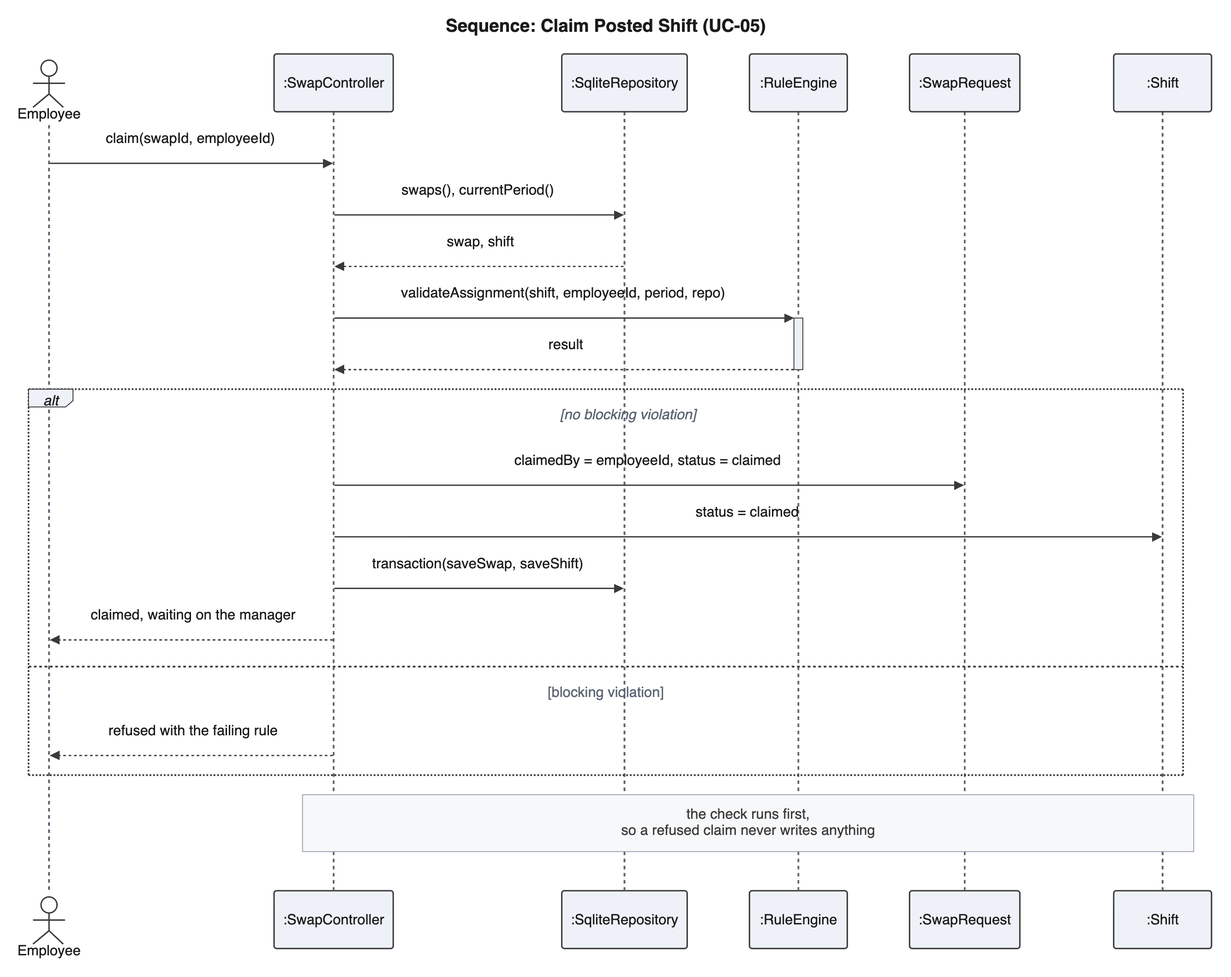
This is diagrams/images/interactions/sd_claim.png from perfettiful/ShiftChex, a Mermaid export, as it was before one commit. Its source is kept beside it as diagrams/mmd/interactions/sd_claim.mmd.
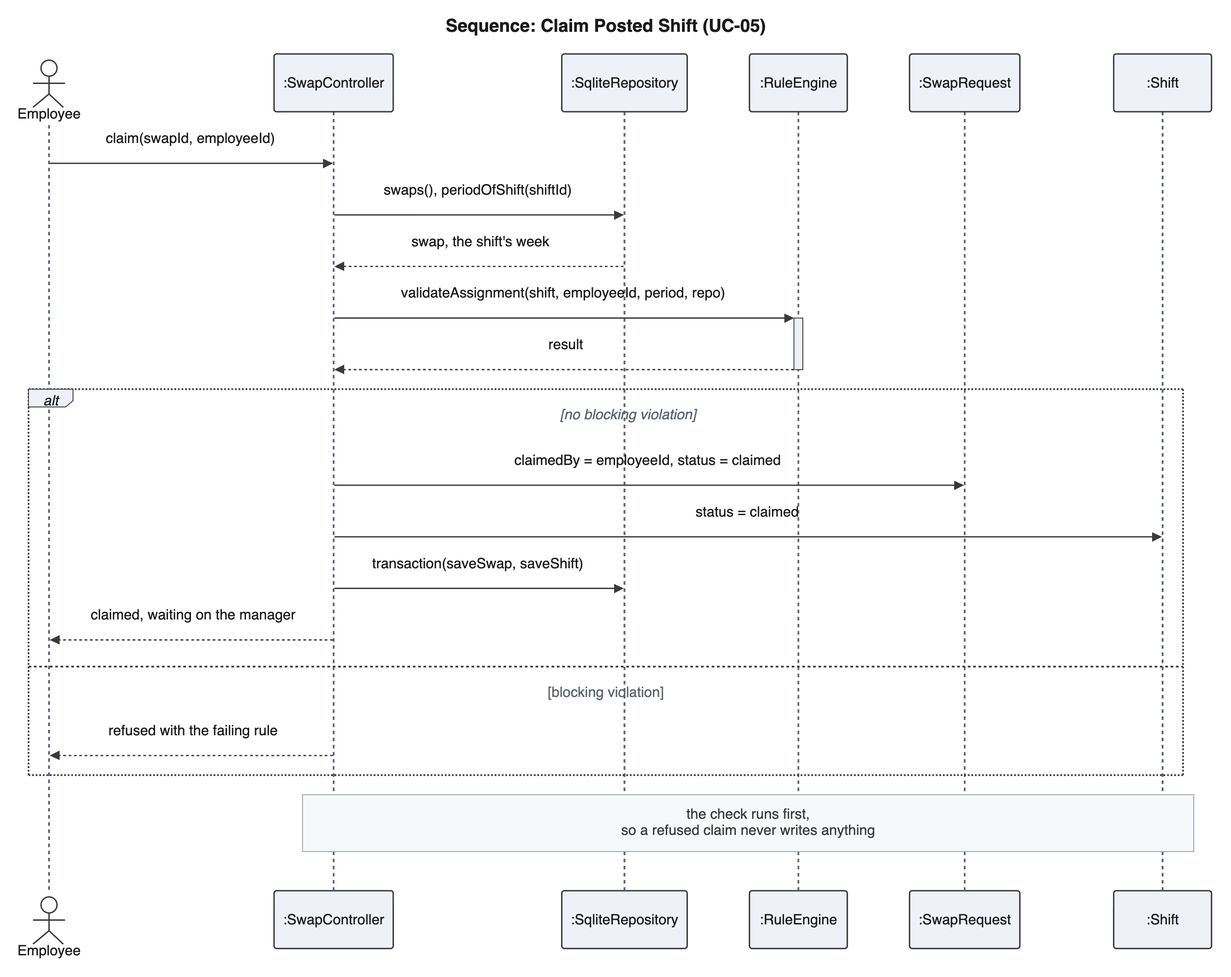
After the commit.

Change to the diagram source:
```diff
@@ -9,8 +9,8 @@
     participant SR as :SwapRequest
     participant Sh as :Shift
     Employee->>SW: claim(swapId, employeeId)
-    SW->>Repo: swaps(), currentPeriod()
-    Repo-->>SW: swap, shift
+    SW->>Repo: swaps(), periodOfShift(shiftId)
+    Repo-->>SW: swap, the shift's week
     SW->>+RE: validateAssignment(shift, employeeId, period, repo)
     RE-->>-SW: result
     alt no blocking violation
```
